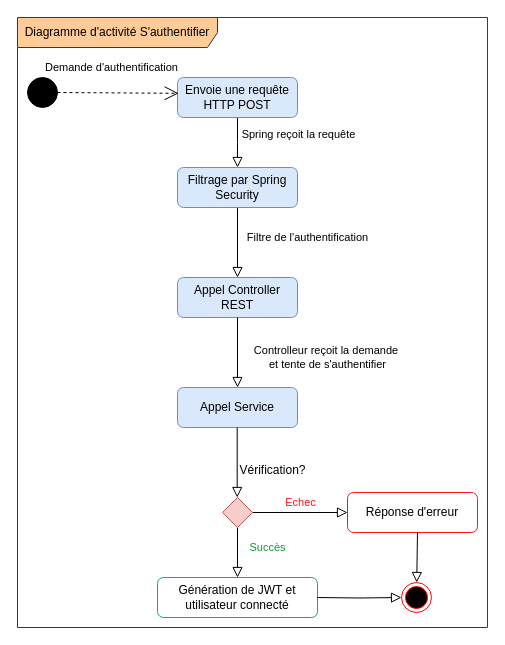
This is diagramme_activite_authentification.drawio from amine-elarass49/angular_doc, a draw.io file, before an edit. Source tidied: cells renumbered, new cells numbered last; positions are measured from the earlier drawing's top-left corner, leaving out a move shared by most shapes. Both pictures are drawn from the tidied source at 100%, with x=0, y=0 at pixel (17, 17).
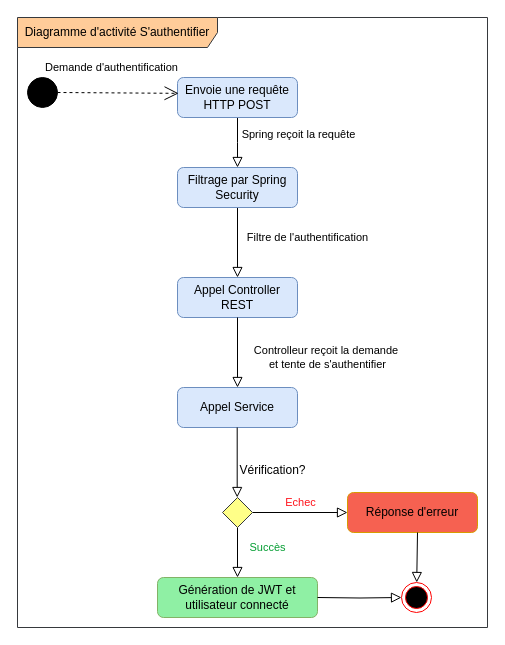
The same page after the edit.

Change to the diagram source:
```diff
@@
-    <mxCell id="9" style="rhombus;whiteSpace=wrap;html=1;shadow=0;fontFamily=Helvetica;fontSize=12;align=center;strokeWidth=1;spacing=6;spacingTop=-4;fillColor=#f8cecc;strokeColor=#b85450;" parent="1" vertex="1">
+    <mxCell id="9" style="rhombus;whiteSpace=wrap;html=1;shadow=0;fontFamily=Helvetica;fontSize=12;align=center;strokeWidth=1;spacing=6;spacingTop=-4;fillColor=#ffff88;strokeColor=#36393d;" parent="1" vertex="1">
       <mxGeometry x="205" y="480" width="30" height="30" as="geometry" />
     </mxCell>
-    <mxCell id="10" value="Génération de JWT et utilisateur connecté" style="rounded=1;whiteSpace=wrap;html=1;fontSize=12;glass=0;strokeWidth=1;shadow=0;strokeColor=#26a269;" parent="1" vertex="1">
+    <mxCell id="10" value="Génération de JWT et utilisateur connecté" style="rounded=1;whiteSpace=wrap;html=1;fontSize=12;glass=0;strokeWidth=1;shadow=0;strokeColor=#82b366;fillColor=#8ff0a4;" parent="1" vertex="1">
       <mxGeometry x="140" y="560" width="160" height="40" as="geometry" />
     </mxCell>
-    <mxCell id="11" value="Réponse d'erreur" style="rounded=1;whiteSpace=wrap;html=1;fontSize=12;glass=0;strokeWidth=1;shadow=0;strokeColor=#ff141c;" parent="1" vertex="1">
+    <mxCell id="11" value="Réponse d'erreur" style="rounded=1;whiteSpace=wrap;html=1;fontSize=12;glass=0;strokeWidth=1;shadow=0;strokeColor=#d79b00;fillColor=#f66151;" parent="1" vertex="1">
       <mxGeometry x="330" y="475" width="130" height="40" as="geometry" />
     </mxCell>
```
